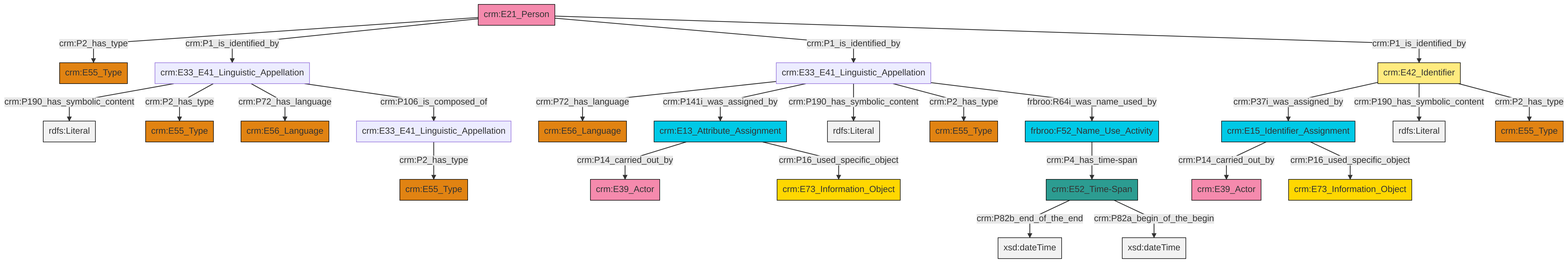
The Mermaid diagram et/personCSV/ttl/mmd/png/Person_Names_and_Classification.png in swiss-art-research-net/reference-data-models, before a commit. Its source is kept beside it as et/personCSV/ttl/mmd/Person_Names_and_Classification.ttl.mmd.
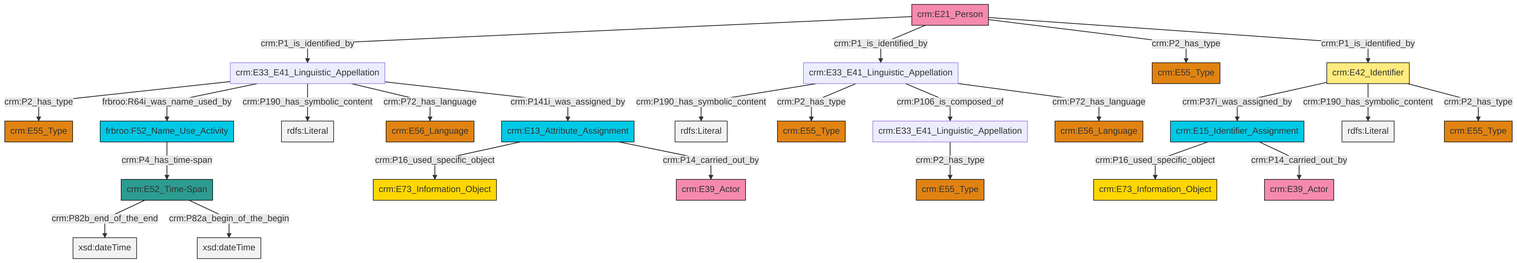
After the change.

Change to the diagram source:
```diff
@@ -13,27 +13,27 @@
 classDef PC_Classes fill:#4ce600, stroke:#000000;
 classDef Multi fill:#cccccc,stroke:#000000;
 
-0["frbroo:F52_Name_Use_Activity"]:::Temporal_Entity -->|crm:P4_has_time-span| 1["crm:E52_Time-Span"]:::Time-Span
-2["crm:E33_E41_Linguistic_Appellation"]:::Default -->|crm:P190_has_symbolic_content| 3[rdfs:Literal]:::Literal
-2["crm:E33_E41_Linguistic_Appellation"]:::Default -->|crm:P2_has_type| 4["crm:E55_Type"]:::Type
-12["crm:E13_Attribute_Assignment"]:::Temporal_Entity -->|crm:P14_carried_out_by| 13["crm:E39_Actor"]:::Actor
-19["crm:E33_E41_Linguistic_Appellation"]:::Default -->|crm:P72_has_language| 15["crm:E56_Language"]:::Type
-19["crm:E33_E41_Linguistic_Appellation"]:::Default -->|crm:P141i_was_assigned_by| 12["crm:E13_Attribute_Assignment"]:::Temporal_Entity
-10["crm:E21_Person"]:::Actor -->|crm:P2_has_type| 21["crm:E55_Type"]:::Type
-8["crm:E15_Identifier_Assignment"]:::Temporal_Entity -->|crm:P14_carried_out_by| 22["crm:E39_Actor"]:::Actor
-10["crm:E21_Person"]:::Actor -->|crm:P1_is_identified_by| 2["crm:E33_E41_Linguistic_Appellation"]:::Default
-1["crm:E52_Time-Span"]:::Time-Span -->|crm:P82b_end_of_the_end| 23[xsd:dateTime]:::Literal
-8["crm:E15_Identifier_Assignment"]:::Temporal_Entity -->|crm:P16_used_specific_object| 24["crm:E73_Information_Object"]:::Conceptual_Object
-25["crm:E42_Identifier"]:::Appellation -->|crm:P37i_was_assigned_by| 8["crm:E15_Identifier_Assignment"]:::Temporal_Entity
-12["crm:E13_Attribute_Assignment"]:::Temporal_Entity -->|crm:P16_used_specific_object| 29["crm:E73_Information_Object"]:::Conceptual_Object
-25["crm:E42_Identifier"]:::Appellation -->|crm:P190_has_symbolic_content| 34[rdfs:Literal]:::Literal
-25["crm:E42_Identifier"]:::Appellation -->|crm:P2_has_type| 17["crm:E55_Type"]:::Type
-27["crm:E33_E41_Linguistic_Appellation"]:::Default -->|crm:P2_has_type| 30["crm:E55_Type"]:::Type
-19["crm:E33_E41_Linguistic_Appellation"]:::Default -->|crm:P190_has_symbolic_content| 37[rdfs:Literal]:::Literal
-10["crm:E21_Person"]:::Actor -->|crm:P1_is_identified_by| 19["crm:E33_E41_Linguistic_Appellation"]:::Default
-19["crm:E33_E41_Linguistic_Appellation"]:::Default -->|crm:P2_has_type| 6["crm:E55_Type"]:::Type
-1["crm:E52_Time-Span"]:::Time-Span -->|crm:P82a_begin_of_the_begin| 41[xsd:dateTime]:::Literal
-19["crm:E33_E41_Linguistic_Appellation"]:::Default -->|frbroo:R64i_was_name_used_by| 0["frbroo:F52_Name_Use_Activity"]:::Temporal_Entity
-10["crm:E21_Person"]:::Actor -->|crm:P1_is_identified_by| 25["crm:E42_Identifier"]:::Appellation
-2["crm:E33_E41_Linguistic_Appellation"]:::Default -->|crm:P72_has_language| 32["crm:E56_Language"]:::Type
-2["crm:E33_E41_Linguistic_Appellation"]:::Default -->|crm:P106_is_composed_of| 27["crm:E33_E41_Linguistic_Appellation"]:::Default
+0["crm:E33_E41_Linguistic_Appellation"]:::Default -->|crm:P190_has_symbolic_content| 1[rdfs:Literal]:::Literal
+0["crm:E33_E41_Linguistic_Appellation"]:::Default -->|crm:P2_has_type| 2["crm:E55_Type"]:::Type
+3["crm:E13_Attribute_Assignment"]:::Temporal_Entity -->|crm:P16_used_specific_object| 4["crm:E73_Information_Object"]:::Conceptual_Object
+5["crm:E15_Identifier_Assignment"]:::Temporal_Entity -->|crm:P16_used_specific_object| 6["crm:E73_Information_Object"]:::Conceptual_Object
+9["crm:E33_E41_Linguistic_Appellation"]:::Default -->|crm:P2_has_type| 10["crm:E55_Type"]:::Type
+9["crm:E33_E41_Linguistic_Appellation"]:::Default -->|frbroo:R64i_was_name_used_by| 7["frbroo:F52_Name_Use_Activity"]:::Temporal_Entity
+9["crm:E33_E41_Linguistic_Appellation"]:::Default -->|crm:P190_has_symbolic_content| 19[rdfs:Literal]:::Literal
+21["crm:E21_Person"]:::Actor -->|crm:P1_is_identified_by| 9["crm:E33_E41_Linguistic_Appellation"]:::Default
+15["crm:E52_Time-Span"]:::Time-Span -->|crm:P82b_end_of_the_end| 23[xsd:dateTime]:::Literal
+3["crm:E13_Attribute_Assignment"]:::Temporal_Entity -->|crm:P14_carried_out_by| 27["crm:E39_Actor"]:::Actor
+34["crm:E42_Identifier"]:::Appellation -->|crm:P37i_was_assigned_by| 5["crm:E15_Identifier_Assignment"]:::Temporal_Entity
+9["crm:E33_E41_Linguistic_Appellation"]:::Default -->|crm:P72_has_language| 24["crm:E56_Language"]:::Type
+34["crm:E42_Identifier"]:::Appellation -->|crm:P190_has_symbolic_content| 35[rdfs:Literal]:::Literal
+21["crm:E21_Person"]:::Actor -->|crm:P1_is_identified_by| 0["crm:E33_E41_Linguistic_Appellation"]:::Default
+21["crm:E21_Person"]:::Actor -->|crm:P2_has_type| 36["crm:E55_Type"]:::Type
+41["crm:E33_E41_Linguistic_Appellation"]:::Default -->|crm:P2_has_type| 11["crm:E55_Type"]:::Type
+34["crm:E42_Identifier"]:::Appellation -->|crm:P2_has_type| 17["crm:E55_Type"]:::Type
+15["crm:E52_Time-Span"]:::Time-Span -->|crm:P82a_begin_of_the_begin| 44[xsd:dateTime]:::Literal
+9["crm:E33_E41_Linguistic_Appellation"]:::Default -->|crm:P141i_was_assigned_by| 3["crm:E13_Attribute_Assignment"]:::Temporal_Entity
+5["crm:E15_Identifier_Assignment"]:::Temporal_Entity -->|crm:P14_carried_out_by| 28["crm:E39_Actor"]:::Actor
+7["frbroo:F52_Name_Use_Activity"]:::Temporal_Entity -->|crm:P4_has_time-span| 15["crm:E52_Time-Span"]:::Time-Span
+0["crm:E33_E41_Linguistic_Appellation"]:::Default -->|crm:P106_is_composed_of| 41["crm:E33_E41_Linguistic_Appellation"]:::Default
+21["crm:E21_Person"]:::Actor -->|crm:P1_is_identified_by| 34["crm:E42_Identifier"]:::Appellation
+0["crm:E33_E41_Linguistic_Appellation"]:::Default -->|crm:P72_has_language| 32["crm:E56_Language"]:::Type
```
